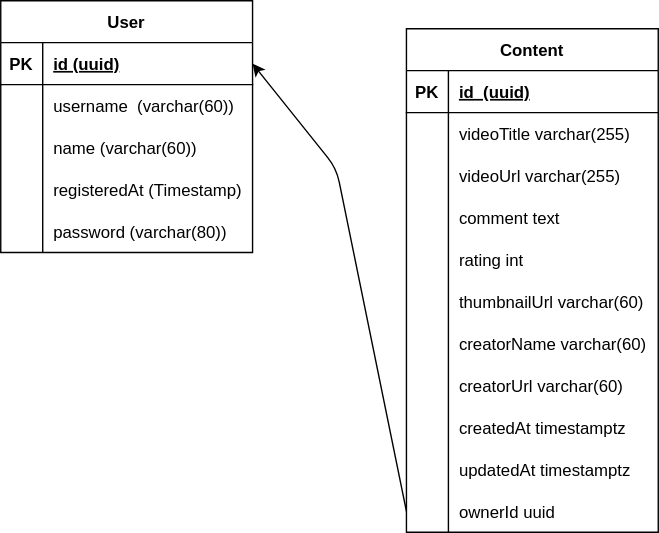
The draw.io diagram database.drawio.svg in bunnanna/Cleverse-Backend-Project, before a commit. Source tidied: cells renumbered, new cells last; positions are measured from the earlier drawing's top-left corner, leaving out a move shared by most shapes.
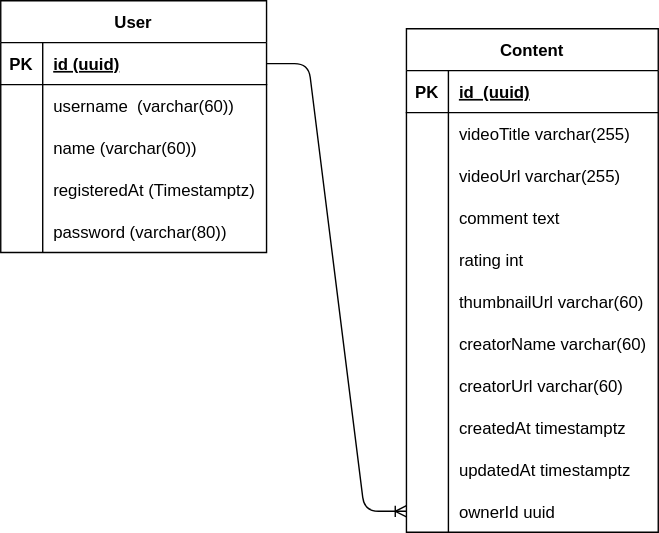
The same file after the commit.

Commit message:
feat: :tada: add database

The edit, as a diff of the source:
```diff
@@ -3,52 +3,52 @@
     <mxCell id="0" />
     <mxCell id="1" parent="0" />
     <mxCell id="2" value="User" style="shape=table;startSize=30;rowLines=0;fontStyle=1;align=center;" parent="1" vertex="1">
-      <mxGeometry width="180" height="180" as="geometry" />
+      <mxGeometry width="190" height="180" as="geometry" />
     </mxCell>
     <mxCell id="3" style="shape=tableRow;horizontal=0;startSize=0;swimlaneHead=0;swimlaneBody=0;fillColor=none;points=[[0,0.5],[1,0.5]];portConstraint=eastwest;top=0;left=0;right=0;bottom=1;" parent="2" vertex="1">
-      <mxGeometry y="30" width="180" height="30" as="geometry" />
+      <mxGeometry y="30" width="190" height="30" as="geometry" />
     </mxCell>
     <mxCell id="4" value="PK" style="shape=partialRectangle;fillColor=none;top=0;left=0;bottom=0;right=0;fontStyle=1;overflow=hidden;" parent="3" vertex="1">
       <mxGeometry width="30" height="30" as="geometry" />
     </mxCell>
     <mxCell id="5" value="id (uuid)" style="shape=partialRectangle;fillColor=none;top=0;left=0;bottom=0;right=0;align=left;spacingLeft=6;fontStyle=5;overflow=hidden;" parent="3" vertex="1">
-      <mxGeometry x="30" width="150" height="30" as="geometry" />
+      <mxGeometry x="30" width="160" height="30" as="geometry" />
     </mxCell>
     <mxCell id="6" style="shape=tableRow;horizontal=0;startSize=0;swimlaneHead=0;swimlaneBody=0;fillColor=none;top=0;left=0;right=0;bottom=0;" parent="2" vertex="1">
-      <mxGeometry y="60" width="180" height="30" as="geometry" />
+      <mxGeometry y="60" width="190" height="30" as="geometry" />
     </mxCell>
     <mxCell id="7" style="shape=partialRectangle;fillColor=none;top=0;left=0;bottom=0;right=0;overflow=hidden;" parent="6" vertex="1">
       <mxGeometry width="30" height="30" as="geometry" />
     </mxCell>
     <mxCell id="8" value="username  (varchar(60))" style="shape=partialRectangle;fillColor=none;top=0;left=0;bottom=0;right=0;align=left;spacingLeft=6;overflow=hidden;" parent="6" vertex="1">
-      <mxGeometry x="30" width="150" height="30" as="geometry" />
+      <mxGeometry x="30" width="160" height="30" as="geometry" />
     </mxCell>
     <mxCell id="9" style="shape=tableRow;horizontal=0;startSize=0;swimlaneHead=0;swimlaneBody=0;fillColor=none;top=0;left=0;right=0;bottom=0;" parent="2" vertex="1">
-      <mxGeometry y="90" width="180" height="30" as="geometry" />
+      <mxGeometry y="90" width="190" height="30" as="geometry" />
     </mxCell>
     <mxCell id="10" style="shape=partialRectangle;fillColor=none;top=0;left=0;bottom=0;right=0;overflow=hidden;" parent="9" vertex="1">
       <mxGeometry width="30" height="30" as="geometry" />
     </mxCell>
     <mxCell id="11" value="name (varchar(60))" style="shape=partialRectangle;fillColor=none;top=0;left=0;bottom=0;right=0;align=left;spacingLeft=6;overflow=hidden;" parent="9" vertex="1">
-      <mxGeometry x="30" width="150" height="30" as="geometry" />
+      <mxGeometry x="30" width="160" height="30" as="geometry" />
     </mxCell>
     <mxCell id="12" style="shape=tableRow;horizontal=0;startSize=0;swimlaneHead=0;swimlaneBody=0;fillColor=none;top=0;left=0;right=0;bottom=0;" parent="2" vertex="1">
-      <mxGeometry y="120" width="180" height="30" as="geometry" />
+      <mxGeometry y="120" width="190" height="30" as="geometry" />
     </mxCell>
     <mxCell id="13" style="shape=partialRectangle;fillColor=none;top=0;left=0;bottom=0;right=0;overflow=hidden;" parent="12" vertex="1">
       <mxGeometry width="30" height="30" as="geometry" />
     </mxCell>
-    <mxCell id="14" value="registeredAt (Timestamp)" style="shape=partialRectangle;fillColor=none;top=0;left=0;bottom=0;right=0;align=left;spacingLeft=6;overflow=hidden;" parent="12" vertex="1">
-      <mxGeometry x="30" width="150" height="30" as="geometry" />
+    <mxCell id="14" value="registeredAt (Timestamptz)" style="shape=partialRectangle;fillColor=none;top=0;left=0;bottom=0;right=0;align=left;spacingLeft=6;overflow=hidden;" parent="12" vertex="1">
+      <mxGeometry x="30" width="160" height="30" as="geometry" />
     </mxCell>
     <mxCell id="15" style="shape=tableRow;horizontal=0;startSize=0;swimlaneHead=0;swimlaneBody=0;fillColor=none;top=0;left=0;right=0;bottom=0;" parent="2" vertex="1">
-      <mxGeometry y="150" width="180" height="30" as="geometry" />
+      <mxGeometry y="150" width="190" height="30" as="geometry" />
     </mxCell>
     <mxCell id="16" style="shape=partialRectangle;fillColor=none;top=0;left=0;bottom=0;right=0;overflow=hidden;" parent="15" vertex="1">
       <mxGeometry width="30" height="30" as="geometry" />
     </mxCell>
     <mxCell id="17" value="password (varchar(80))" style="shape=partialRectangle;fillColor=none;top=0;left=0;bottom=0;right=0;align=left;spacingLeft=6;overflow=hidden;" parent="15" vertex="1">
-      <mxGeometry x="30" width="150" height="30" as="geometry" />
+      <mxGeometry x="30" width="160" height="30" as="geometry" />
     </mxCell>
     <mxCell id="18" value="Content" style="shape=table;startSize=30;rowLines=0;fontStyle=1;align=center;" parent="1" vertex="1">
       <mxGeometry x="290" y="20" width="180" height="360" as="geometry" />
@@ -152,12 +152,8 @@
     <mxCell id="51" value="ownerId uuid" style="shape=partialRectangle;fillColor=none;top=0;left=0;bottom=0;right=0;align=left;spacingLeft=6;overflow=hidden;" parent="49" vertex="1">
       <mxGeometry x="30" width="150" height="30" as="geometry" />
     </mxCell>
-    <mxCell id="52" style="edgeStyle=none;html=1;exitX=0;exitY=0.5;exitDx=0;exitDy=0;entryX=1;entryY=0.5;entryDx=0;entryDy=0;" parent="1" edge="1" source="49" target="3">
-      <mxGeometry relative="1" as="geometry">
-        <Array as="points">
-          <mxPoint x="240" y="120" />
-        </Array>
-      </mxGeometry>
-    </mxCell>
+    <mxCell id="53" style="edgeStyle=entityRelationEdgeStyle;fontSize=12;html=1;endArrow=ERoneToMany;entryX=0;entryY=0.5;entryDx=0;entryDy=0;exitX=1;exitY=0.5;exitDx=0;exitDy=0;" parent="1" edge="1" source="3" target="49">
+      <mxGeometry relative="1" as="geometry" />
+    </mxCell>
   </root>
 </mxGraphModel>
```
